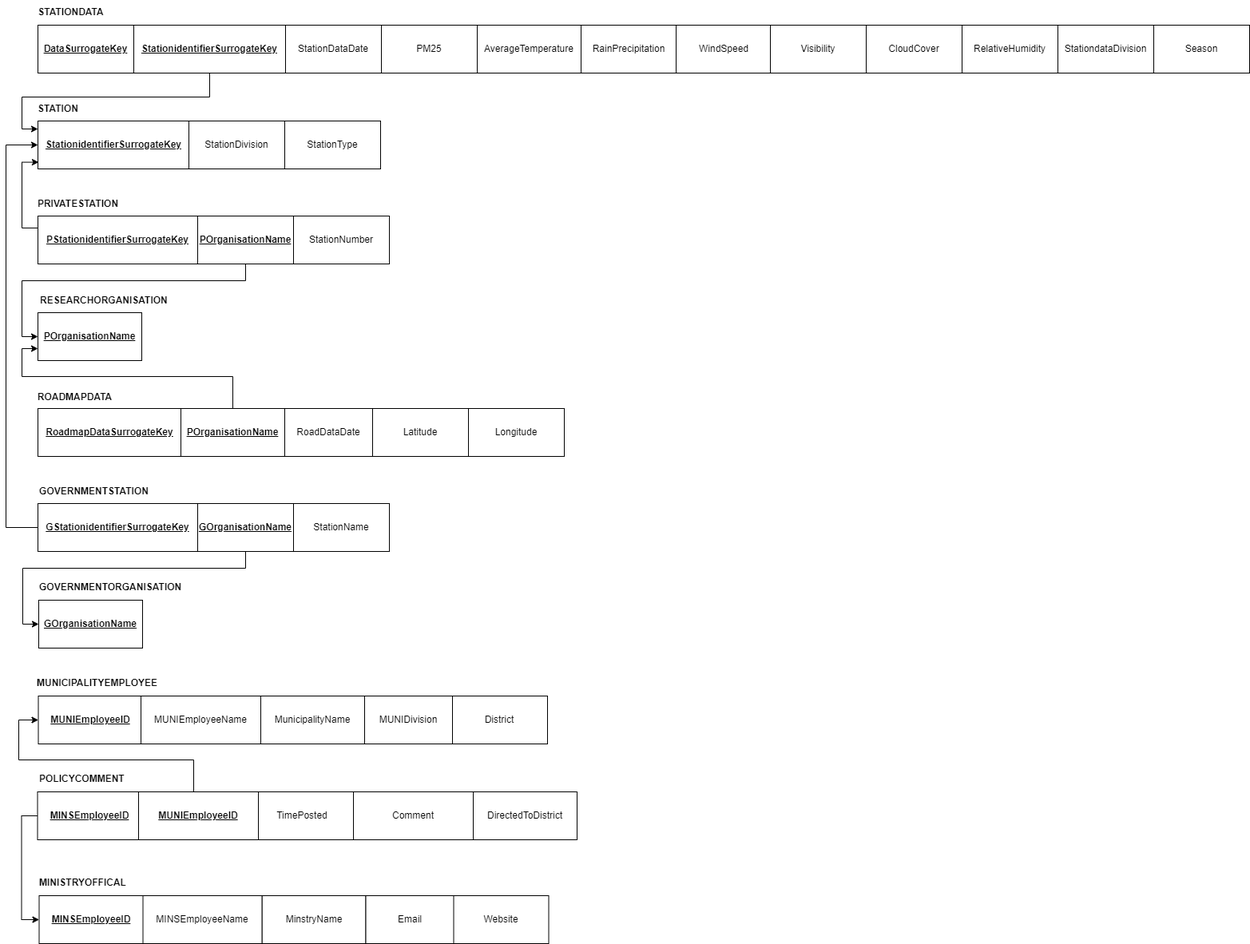
The draw.io diagram Relational Schema.drawio.png in toushifhossain1/AirQualityMonitoringOfBangladesh, before a commit. Source tidied: cells renumbered, new cells last; positions are measured from the earlier drawing's top-left corner, leaving out a move shared by most shapes.
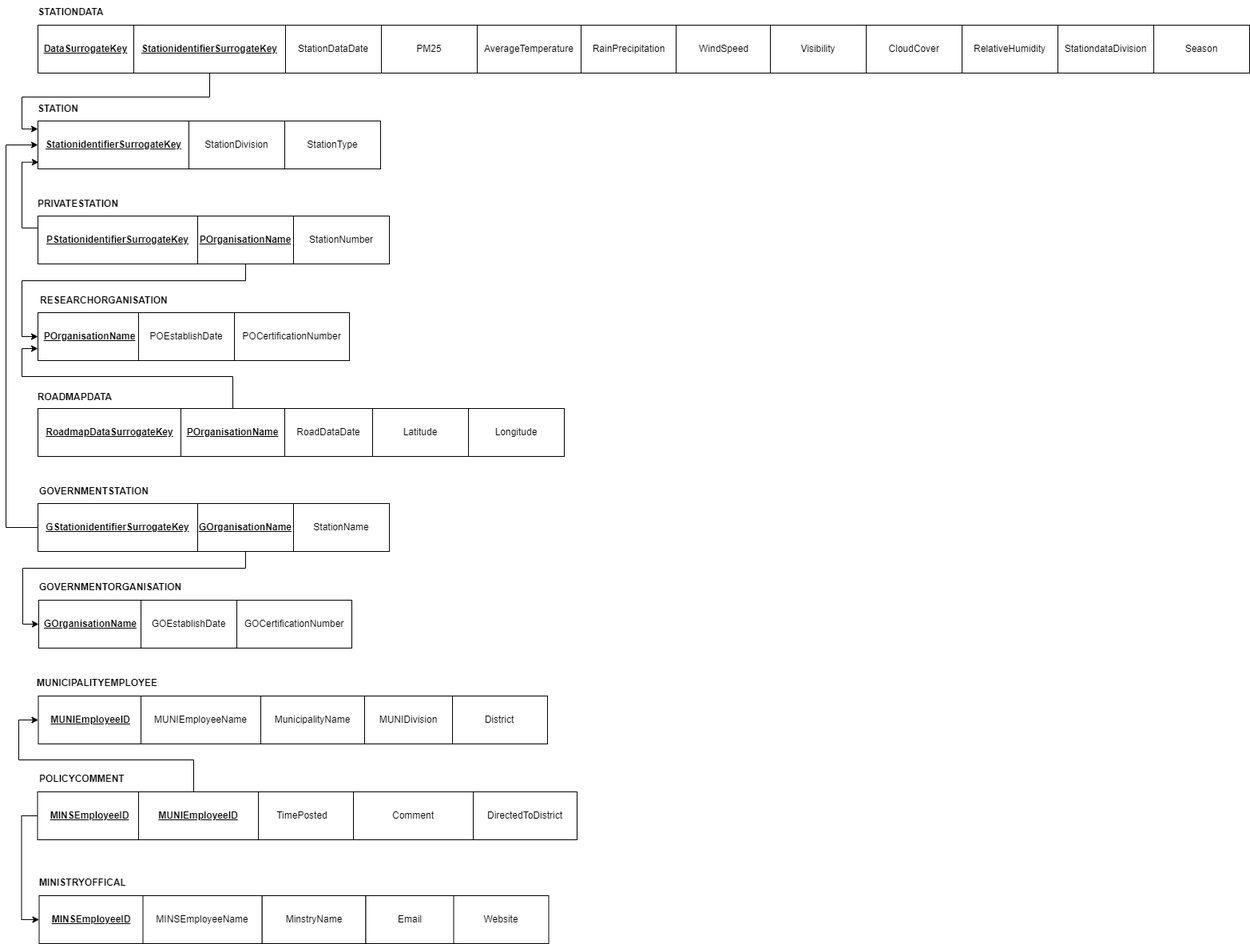
The same diagram one commit later.

The edit, as a diff of the source:
```diff
@@ -235,5 +235,17 @@
     <mxCell id="66" value="&lt;span style=&quot;font-weight: 700; text-align: left; text-decoration-line: underline;&quot;&gt;MINSEmployeeID&lt;/span&gt;" style="rounded=0;whiteSpace=wrap;html=1;" parent="1" vertex="1">
       <mxGeometry x="41.5" y="1121" width="130" height="60" as="geometry" />
     </mxCell>
+    <mxCell id="67" value="&lt;span style=&quot;text-align: left;&quot;&gt;POCertificationNumber&lt;/span&gt;" style="rounded=0;whiteSpace=wrap;html=1;" parent="1" vertex="1">
+      <mxGeometry x="286" y="391" width="144" height="60" as="geometry" />
+    </mxCell>
+    <mxCell id="68" value="&lt;span style=&quot;text-align: left;&quot;&gt;POEstablishDate&lt;/span&gt;" style="rounded=0;whiteSpace=wrap;html=1;" parent="1" vertex="1">
+      <mxGeometry x="166" y="391" width="120" height="60" as="geometry" />
+    </mxCell>
+    <mxCell id="69" value="&lt;span style=&quot;text-align: left;&quot;&gt;GOCertificationNumber&lt;/span&gt;" style="rounded=0;whiteSpace=wrap;html=1;" parent="1" vertex="1">
+      <mxGeometry x="289" y="751" width="144" height="60" as="geometry" />
+    </mxCell>
+    <mxCell id="70" value="&lt;span style=&quot;text-align: left;&quot;&gt;GOEstablishDate&lt;/span&gt;" style="rounded=0;whiteSpace=wrap;html=1;" parent="1" vertex="1">
+      <mxGeometry x="169" y="751" width="120" height="60" as="geometry" />
+    </mxCell>
   </root>
 </mxGraphModel>
```
